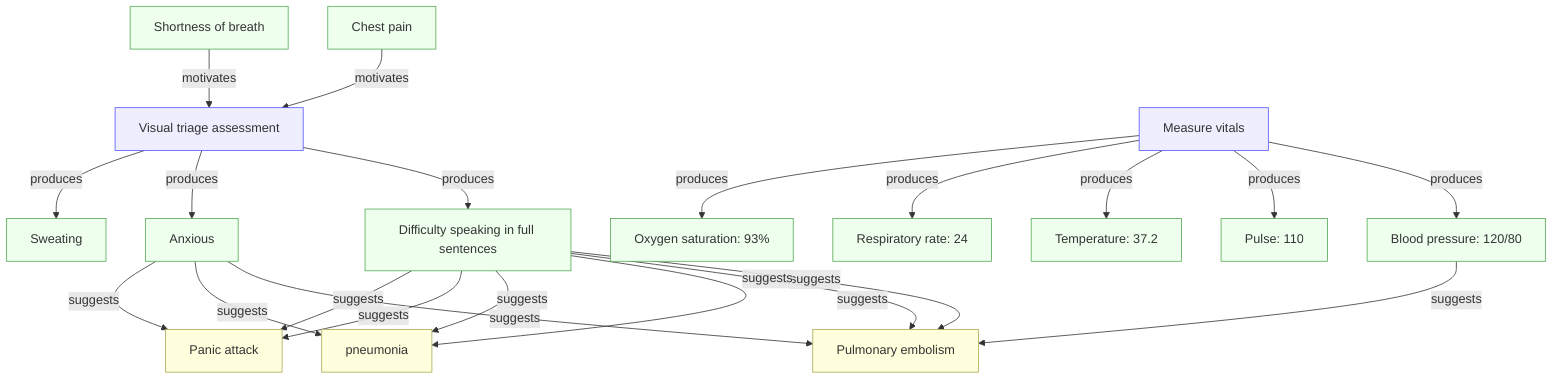
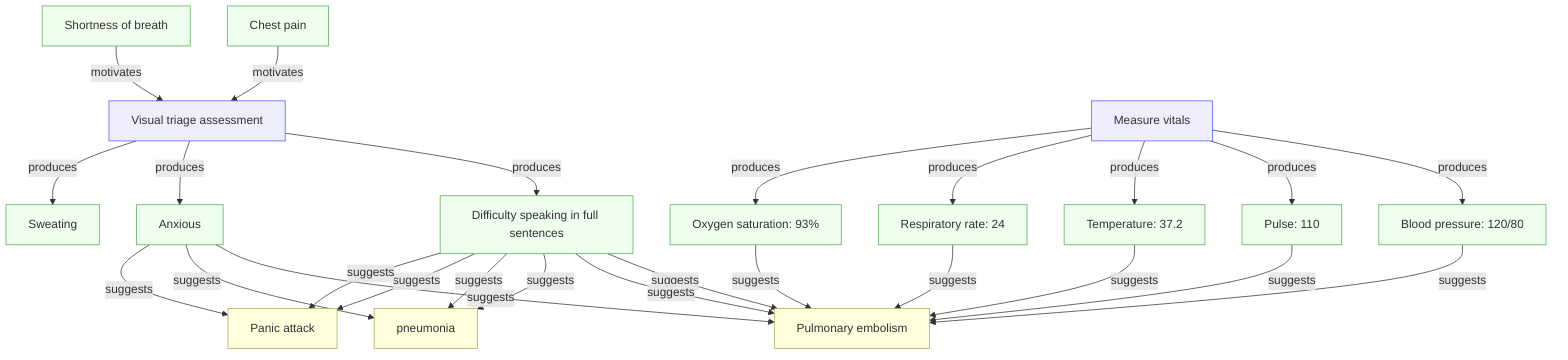
flowchart TD
  O1["Chest pain"]
  O2["Shortness of breath"]

  A1["Visual triage assessment"]
  O6["Difficulty speaking in full sentences"]
  O7["Anxious"]
  O8["Sweating"]

  O6 -->|suggests| H1
  O7 -->|suggests| H1
  O6 -->|suggests| H1
  O6 -->|suggests| H2
  O7 -->|suggests| H2
  O6 -->|suggests| H2
  O6 -->|suggests| H3
  O7 -->|suggests| H3
  O6 -->|suggests| H3

  O3 -->|suggests| H1
+   O4 -->|suggests| H1
+   O5 -->|suggests| H1
+   O9 -->|suggests| H1
+   O10 -->|suggests| H1


  A2["Measure vitals"]
  O3["Blood pressure: 120/80"]
  O4["Pulse: 110"]
  O5["Temperature: 37.2"]
  O9["Respiratory rate: 24"]
  O10["Oxygen saturation: 93%"]

  O1 -->|motivates| A1
  O2 -->|motivates| A1

  A1 -->|produces| O6
  A1 -->|produces| O7
  A1 -->|produces| O8

  A2 -->|produces| O3
  A2 -->|produces| O4
  A2 -->|produces| O5
  A2 -->|produces| O9
  A2 -->|produces| O10

  H1["Pulmonary embolism"]
  H2["pneumonia"]
  H3["Panic attack"]

  classDef obs fill:#efe,stroke:#5a5;
  classDef action fill:#eef,stroke:#55f;
  classDef hyp fill:#ffd,stroke:#aa5

  class O1 obs
  class O2 obs
  class O3 obs
  class O4 obs
  class O5 obs
  class O6 obs
  class O7 obs
  class O8 obs
  class O9 obs
  class O10 obs
  class A1 action
  class A2 action
  class H1 hyp
  class H2 hyp
  class H3 hyp



